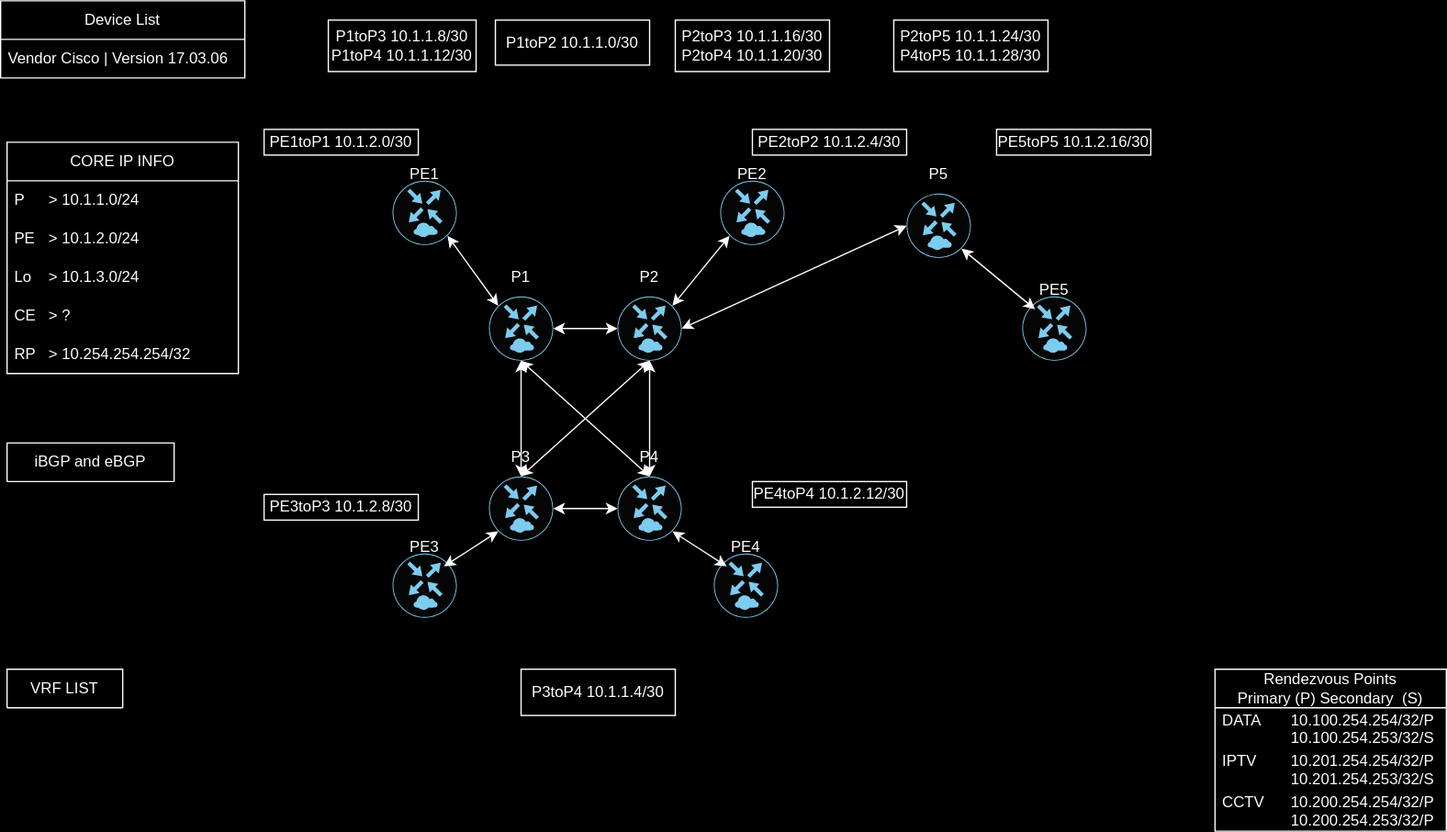
Earlier version of the draw.io export MPLS-PtoPE.drawio.svg (vxmaster/CML-MPLS-XE). Source tidied: cells renumbered, new cells last; positions are measured from the earlier drawing's top-left corner, leaving out a move shared by most shapes.
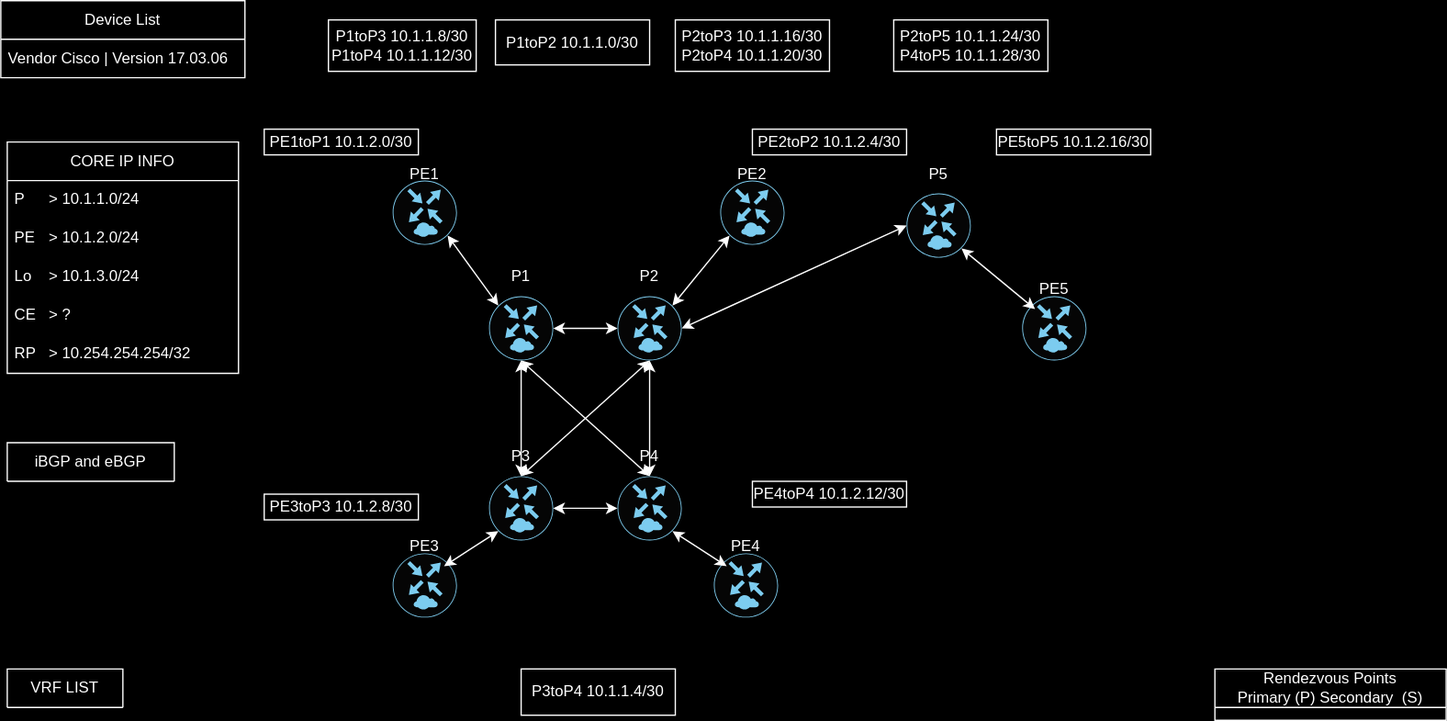
After the change.

Diff of the diagram source:
```diff
@@ -95,18 +95,9 @@
     <mxCell id="32" value="VRF LIST" style="swimlane;fontStyle=0;horizontal=1;startSize=30;whiteSpace=wrap;html=1;" parent="1" vertex="1" collapsed="1">
       <mxGeometry x="5" y="520" width="90" height="30" as="geometry" />
     </mxCell>
-    <mxCell id="33" value="Rendezvous Points&lt;br&gt;Primary (P) Secondary&amp;nbsp; (S)" style="swimlane;fontStyle=0;horizontal=1;startSize=30;whiteSpace=wrap;html=1;" parent="1" vertex="1">
-      <mxGeometry x="945" y="520" width="180" height="126" as="geometry" />
+    <mxCell id="33" value="Rendezvous Points&lt;br&gt;Primary (P) Secondary&amp;nbsp; (S)" style="swimlane;fontStyle=0;horizontal=1;startSize=30;whiteSpace=wrap;html=1;" parent="1" vertex="1" collapsed="1">
+      <mxGeometry x="945" y="520" width="180" height="40" as="geometry" />
     </mxCell>
-    <mxCell id="34" value="DATA&lt;span style=&quot;white-space: pre;&quot;&gt;&#9;&lt;/span&gt;10.100.254.254/32/P&lt;br&gt;&lt;span style=&quot;white-space: pre;&quot;&gt;&#9;&lt;/span&gt;&lt;span style=&quot;white-space: pre;&quot;&gt;&#9;&lt;/span&gt;10.100.254.253/32/S&lt;div&gt;&lt;br&gt;&lt;/div&gt;" style="text;strokeColor=none;fillColor=none;align=left;verticalAlign=middle;spacingLeft=4;spacingRight=4;overflow=hidden;whiteSpace=wrap;html=1;" parent="33" vertex="1">
-      <mxGeometry y="30" width="180" height="32" as="geometry" />
-    </mxCell>
-    <mxCell id="35" value="IPTV&lt;span style=&quot;white-space: pre;&quot;&gt;&#9;&lt;/span&gt;10.201.254.254/32/P&lt;br&gt;&lt;span style=&quot;white-space: pre;&quot;&gt;&#9;&lt;/span&gt;&lt;span style=&quot;white-space: pre;&quot;&gt;&#9;&lt;/span&gt;10.201.254.253/32/S&lt;div&gt;&lt;br/&gt;&lt;/div&gt;" style="text;strokeColor=none;fillColor=none;align=left;verticalAlign=middle;spacingLeft=4;spacingRight=4;overflow=hidden;whiteSpace=wrap;html=1;" parent="33" vertex="1">
-      <mxGeometry y="62" width="180" height="32" as="geometry" />
-    </mxCell>
-    <mxCell id="36" value="CCTV&lt;span style=&quot;white-space: pre;&quot;&gt;&#9;&lt;/span&gt;10.200.254.254/32/P&lt;br&gt;&lt;span style=&quot;white-space: pre;&quot;&gt;&#9;&lt;/span&gt;&lt;span style=&quot;white-space: pre;&quot;&gt;&#9;&lt;/span&gt;10.200.254.253/32/P&lt;div&gt;&lt;br/&gt;&lt;/div&gt;" style="text;strokeColor=none;fillColor=none;align=left;verticalAlign=middle;spacingLeft=4;spacingRight=4;overflow=hidden;whiteSpace=wrap;html=1;" parent="33" vertex="1">
-      <mxGeometry y="94" width="180" height="32" as="geometry" />
-    </mxCell>
     <mxCell id="37" value="iBGP and eBGP" style="swimlane;fontStyle=0;horizontal=1;startSize=30;whiteSpace=wrap;html=1;" parent="1" vertex="1" collapsed="1">
       <mxGeometry x="5" y="344" width="130" height="30" as="geometry" />
     </mxCell>
```
